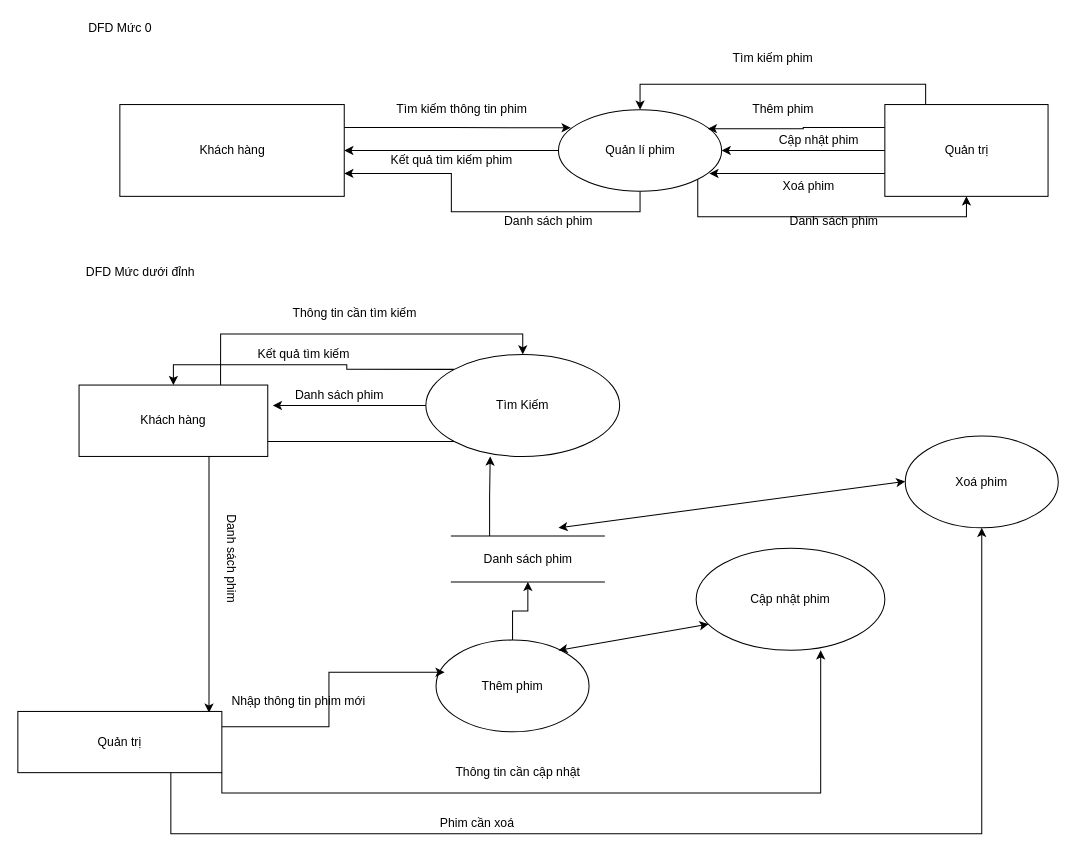
Earlier version of the draw.io diagram page "Page-1" (1 of 2) of Diagrams/Sơ đồ DFD của QL Phim/Nhu-SoDoDFD.drawio (Raynor-legend/Cinema). Source tidied: cells renumbered, new cells numbered last; positions are measured from the earlier drawing's top-left corner, leaving out a move shared by most shapes. Both pictures are drawn from the tidied source at 102%, with x=0, y=0 at pixel (17, 17).
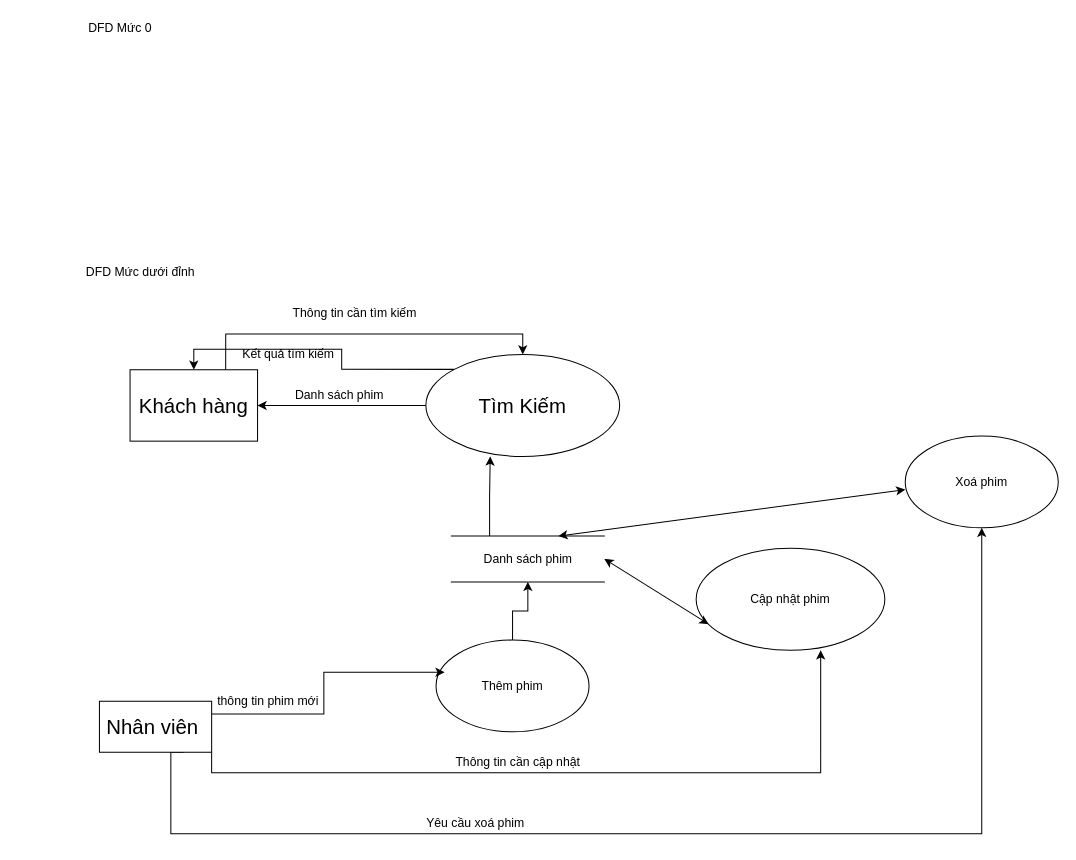
The same page after the edit.

Unchanged cells that the change refers to:
```xml
<mxCell id="29" value="Cập nhật phim" style="ellipse;whiteSpace=wrap;html=1;" parent="1" vertex="1">
  <mxGeometry x="665" y="520" width="185" height="100" as="geometry" />
</mxCell>
<mxCell id="42" value="Danh sách phim" style="html=1;dashed=0;whitespace=wrap;shape=partialRectangle;right=0;left=0;" parent="1" vertex="1">
  <mxGeometry x="425" y="508" width="150" height="45" as="geometry" />
</mxCell>
```

Change to the diagram source:
```diff
@@
-    <mxCell id="2" style="edgeStyle=orthogonalEdgeStyle;rounded=0;jettySize=auto;html=1;exitX=1;exitY=1;exitDx=0;exitDy=0;entryX=0.5;entryY=1;entryDx=0;entryDy=0;" parent="1" edge="1" source="5" target="10">
-      <mxGeometry relative="1" as="geometry">
-        <Array as="points">
-          <mxPoint x="667" y="195" />
-          <mxPoint x="930" y="195" />
-        </Array>
-      </mxGeometry>
-    </mxCell>
-    <mxCell id="3" style="edgeStyle=orthogonalEdgeStyle;rounded=0;jettySize=auto;html=1;exitX=0;exitY=0.5;exitDx=0;exitDy=0;" parent="1" edge="1" source="5">
-      <mxGeometry relative="1" as="geometry">
-        <mxPoint x="320" y="130" as="targetPoint" />
-      </mxGeometry>
-    </mxCell>
-    <mxCell id="4" style="edgeStyle=orthogonalEdgeStyle;rounded=0;jettySize=auto;html=1;exitX=0.5;exitY=1;exitDx=0;exitDy=0;entryX=1;entryY=0.75;entryDx=0;entryDy=0;" parent="1" edge="1" source="5" target="12">
-      <mxGeometry relative="1" as="geometry" />
-    </mxCell>
-    <mxCell id="5" value="Quản lí phim" style="shape=ellipse;html=1;dashed=0;whitespace=wrap;perimeter=ellipsePerimeter;" parent="1" vertex="1">
-      <mxGeometry x="530" y="90" width="160" height="80" as="geometry" />
-    </mxCell>
-    <mxCell id="6" style="edgeStyle=orthogonalEdgeStyle;rounded=0;jettySize=auto;html=1;exitX=0;exitY=0.25;exitDx=0;exitDy=0;entryX=0.915;entryY=0.233;entryDx=0;entryDy=0;entryPerimeter=0;" parent="1" edge="1" source="10" target="5">
-      <mxGeometry relative="1" as="geometry" />
-    </mxCell>
-    <mxCell id="7" style="edgeStyle=orthogonalEdgeStyle;rounded=0;jettySize=auto;html=1;exitX=0;exitY=0.5;exitDx=0;exitDy=0;entryX=1;entryY=0.5;entryDx=0;entryDy=0;" parent="1" edge="1" source="10" target="5">
-      <mxGeometry relative="1" as="geometry" />
-    </mxCell>
-    <mxCell id="8" style="edgeStyle=orthogonalEdgeStyle;rounded=0;jettySize=auto;html=1;exitX=0;exitY=0.75;exitDx=0;exitDy=0;entryX=0.925;entryY=0.783;entryDx=0;entryDy=0;entryPerimeter=0;" parent="1" edge="1" source="10" target="5">
-      <mxGeometry relative="1" as="geometry" />
-    </mxCell>
-    <mxCell id="9" style="edgeStyle=orthogonalEdgeStyle;rounded=0;jettySize=auto;html=1;exitX=0.25;exitY=0;exitDx=0;exitDy=0;entryX=0.5;entryY=0;entryDx=0;entryDy=0;" parent="1" edge="1" source="10" target="5">
-      <mxGeometry relative="1" as="geometry" />
-    </mxCell>
-    <mxCell id="10" value="Quản trị" style="html=1;dashed=0;whitespace=wrap;" parent="1" vertex="1">
-      <mxGeometry x="850" y="85" width="160" height="90" as="geometry" />
-    </mxCell>
-    <mxCell id="11" style="edgeStyle=orthogonalEdgeStyle;rounded=0;jettySize=auto;html=1;exitX=1;exitY=0.25;exitDx=0;exitDy=0;entryX=0.075;entryY=0.223;entryDx=0;entryDy=0;entryPerimeter=0;" parent="1" edge="1" source="12" target="5">
-      <mxGeometry relative="1" as="geometry" />
-    </mxCell>
-    <mxCell id="12" value="Khách hàng" style="html=1;dashed=0;whitespace=wrap;" parent="1" vertex="1">
-      <mxGeometry x="100" y="85" width="220" height="90" as="geometry" />
-    </mxCell>
-    <mxCell id="13" value="Tìm kiếm thông tin phim" style="text;html=1;align=center;verticalAlign=middle;" parent="1" vertex="1">
-      <mxGeometry x="365" y="80" width="140" height="20" as="geometry" />
-    </mxCell>
-    <mxCell id="14" value="Kết quả tìm kiếm phim" style="text;html=1;align=center;verticalAlign=middle;" parent="1" vertex="1">
-      <mxGeometry x="360" y="130" width="130" height="20" as="geometry" />
-    </mxCell>
-    <mxCell id="15" value="Danh sách phim" style="text;html=1;align=center;verticalAlign=middle;" parent="1" vertex="1">
-      <mxGeometry x="470" y="190" width="100" height="20" as="geometry" />
-    </mxCell>
-    <mxCell id="16" value="Thêm phim" style="text;html=1;align=center;verticalAlign=middle;" parent="1" vertex="1">
-      <mxGeometry x="710" y="80" width="80" height="20" as="geometry" />
-    </mxCell>
-    <mxCell id="17" value="Cập nhật phim" style="text;html=1;align=center;verticalAlign=middle;" parent="1" vertex="1">
-      <mxGeometry x="740" y="110" width="90" height="20" as="geometry" />
-    </mxCell>
-    <mxCell id="18" value="Xoá phim" style="text;html=1;align=center;verticalAlign=middle;" parent="1" vertex="1">
-      <mxGeometry x="740" y="155" width="70" height="20" as="geometry" />
-    </mxCell>
@@
-    <mxCell id="21" value="Tìm kiếm phim" style="text;html=1;align=center;verticalAlign=middle;" parent="1" vertex="1">
-      <mxGeometry x="695" y="30" width="90" height="20" as="geometry" />
-    </mxCell>
-    <mxCell id="22" value="Danh sách phim" style="text;html=1;align=center;verticalAlign=middle;" parent="1" vertex="1">
-      <mxGeometry x="750" y="190" width="100" height="20" as="geometry" />
-    </mxCell>
@@
-    <mxCell id="24" style="edgeStyle=orthogonalEdgeStyle;rounded=0;jettySize=auto;html=1;exitX=0;exitY=0.5;exitDx=0;exitDy=0;" parent="1" edge="1" source="26">
-      <mxGeometry relative="1" as="geometry">
-        <mxPoint x="250" y="380" as="targetPoint" />
-      </mxGeometry>
+    <mxCell id="24" style="rounded=0;jettySize=auto;html=1;exitX=0;exitY=0.5;exitDx=0;exitDy=0;" parent="1" edge="1" source="26" target="32">
+      <mxGeometry relative="1" as="geometry" />
     </mxCell>
-    <mxCell id="25" style="edgeStyle=orthogonalEdgeStyle;rounded=0;jettySize=auto;html=1;exitX=0;exitY=1;exitDx=0;exitDy=0;entryX=0.937;entryY=0.02;entryDx=0;entryDy=0;entryPerimeter=0;" parent="1" edge="1" source="26" target="36">
-      <mxGeometry relative="1" as="geometry" />
-    </mxCell>
-    <mxCell id="26" value="Tìm Kiếm" style="ellipse;whiteSpace=wrap;html=1;" parent="1" vertex="1">
+    <mxCell id="26" value="&lt;font style=&quot;font-size: 20px&quot;&gt;Tìm Kiếm&lt;/font&gt;" style="ellipse;whiteSpace=wrap;html=1;" parent="1" vertex="1">
       <mxGeometry x="400" y="330" width="190" height="100" as="geometry" />
     </mxCell>
@@
-    <mxCell id="30" value="Xoá phim" style="ellipse;whiteSpace=wrap;html=1;" parent="1" vertex="1">
+    <mxCell id="30" value="&lt;font style=&quot;font-size: 12px&quot;&gt;Xoá phim&lt;/font&gt;" style="ellipse;whiteSpace=wrap;html=1;" parent="1" vertex="1">
       <mxGeometry x="870" y="410" width="150" height="90" as="geometry" />
     </mxCell>
@@
-    <mxCell id="32" value="Khách hàng" style="rounded=0;whiteSpace=wrap;html=1;" parent="1" vertex="1">
-      <mxGeometry x="60" y="360" width="185" height="70" as="geometry" />
+    <mxCell id="32" value="&lt;font style=&quot;font-size: 20px&quot;&gt;Khách hàng&lt;/font&gt;" style="rounded=0;whiteSpace=wrap;html=1;" parent="1" vertex="1">
+      <mxGeometry x="110" y="345" width="125" height="70" as="geometry" />
     </mxCell>
@@
-    <mxCell id="36" value="Quản trị" style="rounded=0;whiteSpace=wrap;html=1;" parent="1" vertex="1">
-      <mxGeometry y="680" width="200" height="60" as="geometry" />
+    <mxCell id="36" value="&lt;font style=&quot;font-size: 20px&quot;&gt;Nhân viên&amp;nbsp;&lt;/font&gt;" style="rounded=0;whiteSpace=wrap;html=1;" parent="1" vertex="1">
+      <mxGeometry x="80" y="670" width="110" height="50" as="geometry" />
     </mxCell>
@@
     <mxCell id="38" value="Kết quả tìm kiếm" style="text;html=1;align=center;verticalAlign=middle;" parent="1" vertex="1">
-      <mxGeometry x="225" y="320" width="110" height="20" as="geometry" />
+      <mxGeometry x="210" y="320" width="110" height="20" as="geometry" />
     </mxCell>
@@
-    <mxCell id="40" value="Danh sách phim" style="text;html=1;align=center;verticalAlign=middle;rotation=90;" parent="1" vertex="1">
-      <mxGeometry x="160" y="520" width="100" height="20" as="geometry" />
-    </mxCell>
@@
-    <mxCell id="43" value="Nhập thông tin phim mới" style="text;html=1;align=center;verticalAlign=middle;" parent="1" vertex="1">
-      <mxGeometry x="200" y="660" width="150" height="20" as="geometry" />
+    <mxCell id="43" value="thông tin phim mới" style="text;html=1;align=center;verticalAlign=middle;" parent="1" vertex="1">
+      <mxGeometry x="190" y="660" width="110" height="20" as="geometry" />
     </mxCell>
     <mxCell id="44" value="Thông tin cần cập nhật" style="text;html=1;align=center;verticalAlign=middle;" parent="1" vertex="1">
-      <mxGeometry x="420" y="730" width="140" height="20" as="geometry" />
+      <mxGeometry x="420" y="720" width="140" height="20" as="geometry" />
     </mxCell>
-    <mxCell id="45" value="Phim cần xoá" style="text;html=1;align=center;verticalAlign=middle;" parent="1" vertex="1">
-      <mxGeometry x="405" y="780" width="90" height="20" as="geometry" />
+    <mxCell id="45" value="Yêu cầu xoá phim&amp;nbsp;" style="text;html=1;align=center;verticalAlign=middle;" parent="1" vertex="1">
+      <mxGeometry x="395" y="780" width="110" height="20" as="geometry" />
     </mxCell>
     <mxCell id="46" style="endArrow=classic;startArrow=classic;html=1;" parent="1" edge="1">
       <mxGeometry relative="1" as="geometry">
-        <mxPoint x="530" y="500" as="sourcePoint" />
-        <mxPoint x="870" y="454.5" as="targetPoint" />
+        <mxPoint x="530" y="508" as="sourcePoint" />
+        <mxPoint x="870" y="462.5" as="targetPoint" />
       </mxGeometry>
     </mxCell>
-    <mxCell id="47" style="endArrow=classic;startArrow=classic;html=1;entryX=0.066;entryY=0.744;entryDx=0;entryDy=0;entryPerimeter=0;" parent="1" edge="1" target="29">
-      <mxGeometry relative="1" as="geometry">
-        <mxPoint x="530" y="620" as="sourcePoint" />
-      </mxGeometry>
+    <mxCell id="47" style="endArrow=classic;startArrow=classic;html=1;entryX=0.066;entryY=0.744;entryDx=0;entryDy=0;entryPerimeter=0;exitX=1;exitY=0.5;exitDx=0;exitDy=0;" parent="1" edge="1" source="42" target="29">
+      <mxGeometry relative="1" as="geometry" />
     </mxCell>
```
